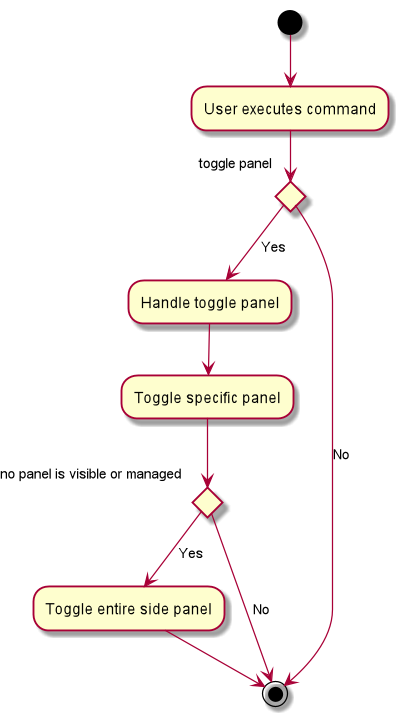
This is docs/images/ToggleActivityDiagram.png from nus-cs2103-AY1920S1/addressbook-level3, a PlantUML export, as it was before one commit.
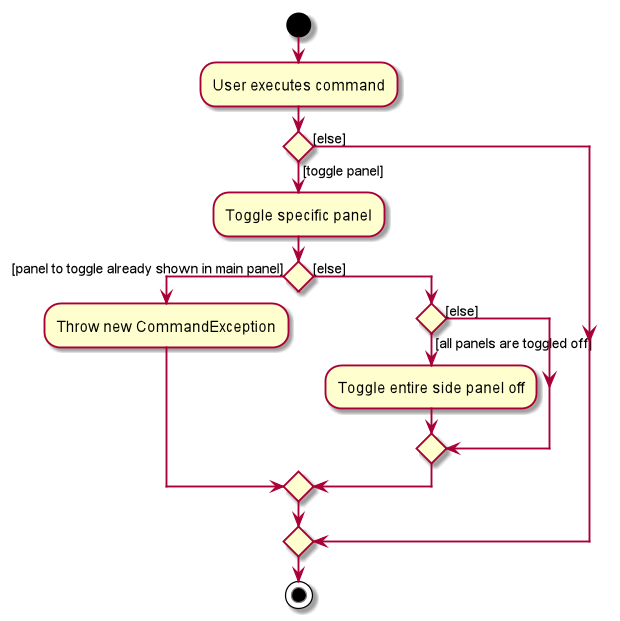
The same file after the commit.

Commit message:
Update implementation and activity diagram of toggle panel command

The edit, as a diff of the source:
```diff
@@ -1,16 +1,18 @@
 @startuml
-(*)  --> "User executes command"
-if "toggle panel" then
---> [Yes] "Handle toggle panel"
---> "Toggle specific panel"
-    if "no panel is visible or managed" then
-        --> [Yes] "Toggle entire side panel"
-        --> (*)
-        else
-        --> [No] (*)
-     endif
-else
---> [No] (*)
+start
+:User executes command;
+if () then ([toggle panel])
+    :Toggle specific panel;
+    if () then ([panel to toggle already shown in main panel])
+            :Throw new CommandException;
+        else ([else])
+            if () then ([all panels are toggled off])
+                :Toggle entire side panel off;
+            else ([else])
+            endif
+        endif
+else ([else])
 endif
+stop
 
 @enduml
```
